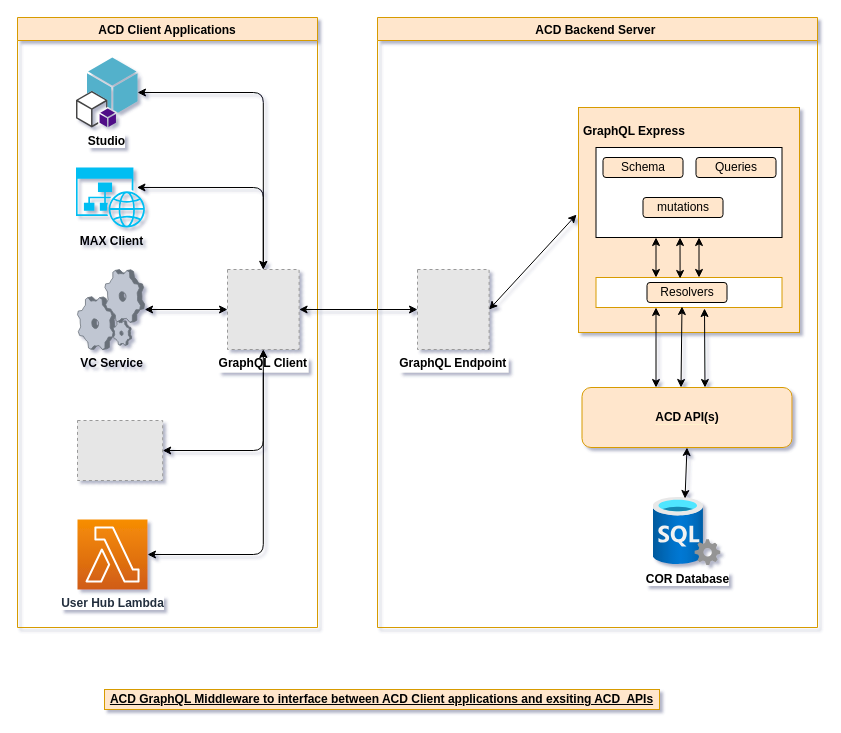
Earlier version of the draw.io diagram docs/ACD_GraphQL_Architecture_Diagram.drawio (amit-ugane-incontact/acd-graphql-sparkathonpoc). Source tidied: cells renumbered, new cells numbered last; positions are measured from the earlier drawing's top-left corner, leaving out a move shared by most shapes. Both pictures are drawn from the tidied source at 100%, with x=0, y=0 at pixel (17, 17). Pictures stored in the file or linked from it are replaced by grey dashed boxes.
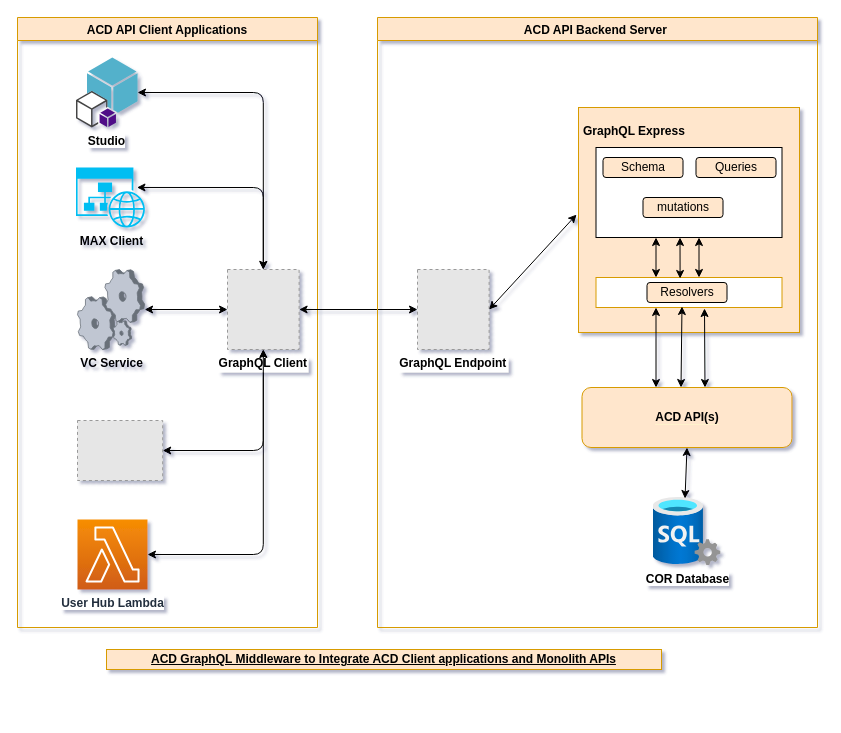
The same diagram, later.

What changed in the source:
```diff
@@
-    <mxCell id="2" value="ACD Client Applications" style="swimlane;labelBackgroundColor=#FFE6CC;fillColor=#ffe6cc;strokeColor=#d79b00;" parent="1" vertex="1">
+    <mxCell id="2" value="ACD API Client Applications" style="swimlane;labelBackgroundColor=#FFE6CC;fillColor=#ffe6cc;strokeColor=#d79b00;" parent="1" vertex="1">
       <mxGeometry width="300" height="610" as="geometry" />
     </mxCell>
@@
-    <mxCell id="15" value="ACD Backend Server " style="swimlane;fillColor=#ffe6cc;strokeColor=#d79b00;" parent="1" vertex="1">
+    <mxCell id="15" value="ACD API Backend Server " style="swimlane;fillColor=#ffe6cc;strokeColor=#d79b00;" parent="1" vertex="1">
       <mxGeometry x="360" width="440" height="610" as="geometry" />
     </mxCell>
@@
-    <mxCell id="34" value="ACD GraphQL Middleware to interface between ACD Client applications and exsiting ACD&amp;nbsp; APIs" style="text;html=1;strokeColor=#d79b00;fillColor=#ffe6cc;align=center;verticalAlign=middle;whiteSpace=wrap;rounded=0;fontStyle=5;" parent="1" vertex="1">
-      <mxGeometry x="87" y="672" width="555" height="20" as="geometry" />
+    <mxCell id="34" value="ACD GraphQL Middleware to Integrate ACD Client applications and Monolith APIs" style="text;html=1;strokeColor=#d79b00;fillColor=#ffe6cc;align=center;verticalAlign=middle;whiteSpace=wrap;rounded=0;fontStyle=5;" parent="1" vertex="1">
+      <mxGeometry x="89" y="632" width="555" height="20" as="geometry" />
     </mxCell>
```
